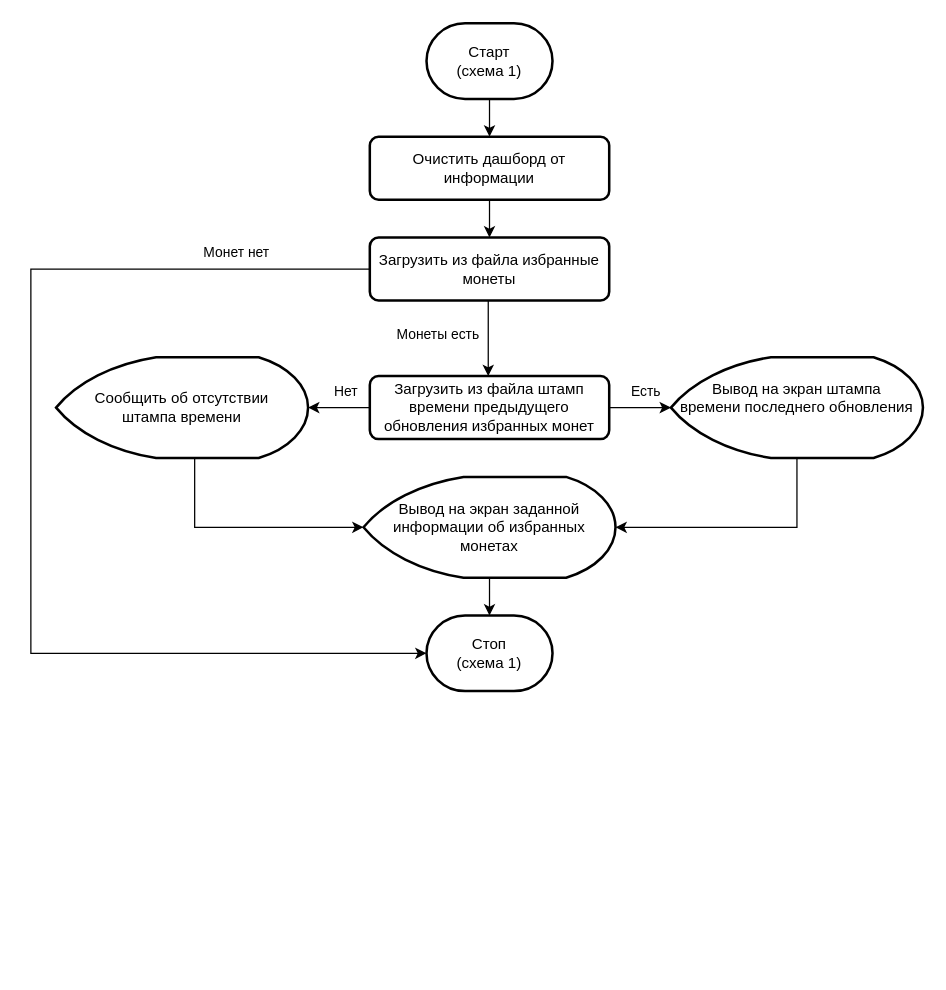
The draw.io diagram Алгоритмы/crypto_dashboard.drawio in Alexandr-Pidkasisty/Diplom_work, before the edit. Source tidied: cells renumbered, new cells numbered last; positions are measured from the earlier drawing's top-left corner, leaving out a move shared by most shapes. Both pictures are drawn from the tidied source at 126%, with x=0, y=0 at pixel (30, 23).
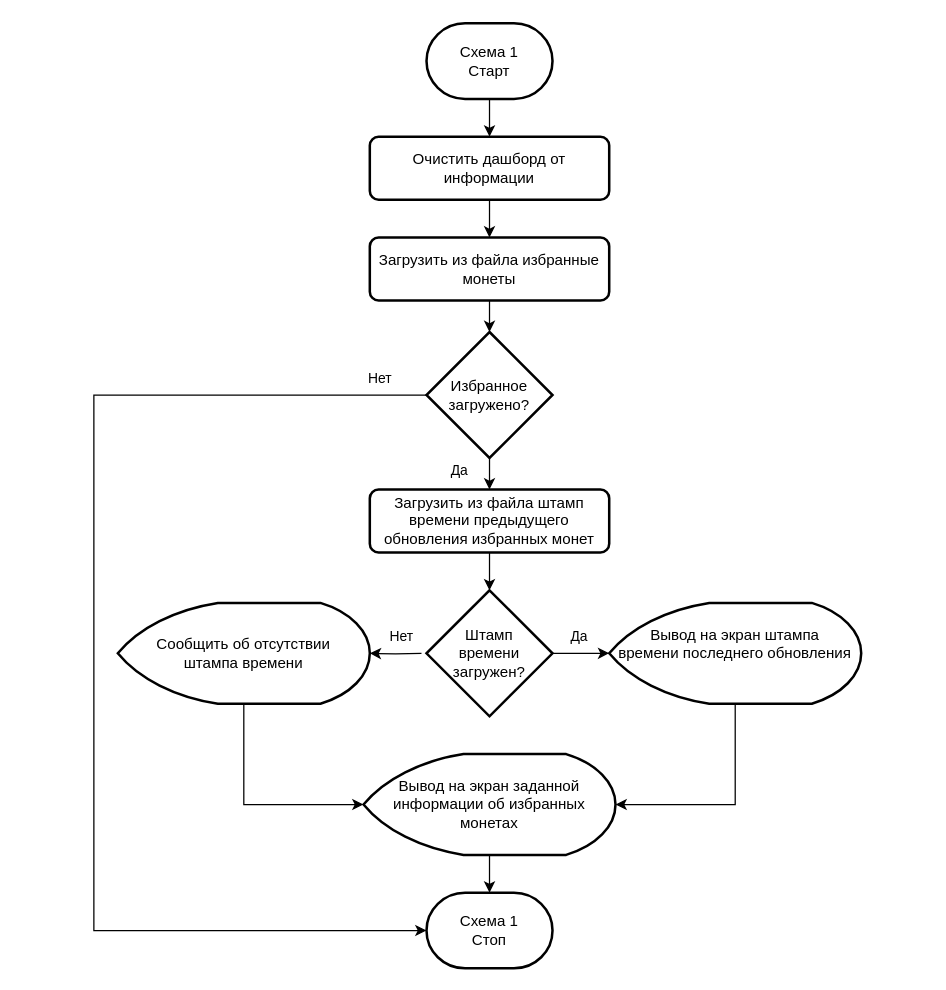
After the change.

Commit message (it also covers changes not shown here):
Новые диаграммы

Unchanged cells that the change refers to:
```xml
<mxCell id="8" value="Загрузить из файла избранные монеты" style="rounded=1;whiteSpace=wrap;html=1;absoluteArcSize=1;arcSize=14;strokeWidth=2;" parent="1" vertex="1">
  <mxGeometry x="269" y="170" width="190" height="50" as="geometry" />
</mxCell>
```

What changed in the source:
```diff
@@
-    <mxCell id="3" value="Старт&lt;div&gt;(схема 1)&lt;/div&gt;" style="strokeWidth=2;html=1;shape=mxgraph.flowchart.terminator;whiteSpace=wrap;" parent="1" vertex="1">
+    <mxCell id="3" value="Схема 1&lt;div&gt;Старт&lt;/div&gt;" style="strokeWidth=2;html=1;shape=mxgraph.flowchart.terminator;whiteSpace=wrap;" parent="1" vertex="1">
       <mxGeometry x="314" width="100" height="60" as="geometry" />
     </mxCell>
@@
-    <mxCell id="6" style="edgeStyle=orthogonalEdgeStyle;rounded=0;orthogonalLoop=1;jettySize=auto;html=1;entryX=0.5;entryY=0;entryDx=0;entryDy=0;defaultLabelBackgroundColor=page;" parent="1" edge="1">
-      <mxGeometry relative="1" as="geometry">
-        <mxPoint x="363" y="220" as="sourcePoint" />
-        <mxPoint x="363" y="280" as="targetPoint" />
-      </mxGeometry>
+    <mxCell id="6" style="edgeStyle=orthogonalEdgeStyle;rounded=0;jettySize=auto;html=1;entryX=0.5;entryY=0;entryDx=0;entryDy=0;defaultLabelBackgroundColor=page;exitX=0.5;exitY=1;exitDx=0;exitDy=0;exitPerimeter=0;" parent="1" edge="1" source="25" target="14">
+      <mxGeometry x="-0.05" relative="1" as="geometry" />
     </mxCell>
-    <mxCell id="7" value="Монеты есть" style="edgeLabel;html=1;align=center;verticalAlign=middle;inheritText=1;defaultLabelBackgroundColor=page;" parent="6" vertex="1">
+    <mxCell id="7" value="Да" style="edgeLabel;html=1;align=center;verticalAlign=middle;inheritText=1;defaultLabelBackgroundColor=page;" parent="6" vertex="1">
       <mxGeometry x="-0.13" y="-1" relative="1" as="geometry">
-        <mxPoint x="-40" as="offset" />
+        <mxPoint x="-24" y="-2" as="offset" />
       </mxGeometry>
     </mxCell>
+    <mxCell id="23" style="edgeStyle=orthogonalEdgeStyle;rounded=0;jettySize=auto;html=1;defaultLabelBackgroundColor=page;" parent="1" edge="1" source="8" target="25">
+      <mxGeometry relative="1" as="geometry" />
+    </mxCell>
@@
-    <mxCell id="9" value="Стоп&lt;div&gt;(схема 1)&lt;/div&gt;" style="strokeWidth=2;html=1;shape=mxgraph.flowchart.terminator;whiteSpace=wrap;" parent="1" vertex="1">
-      <mxGeometry x="314" y="470" width="100" height="60" as="geometry" />
+    <mxCell id="9" value="Схема 1&lt;div&gt;Стоп&lt;/div&gt;" style="strokeWidth=2;html=1;shape=mxgraph.flowchart.terminator;whiteSpace=wrap;" parent="1" vertex="1">
+      <mxGeometry x="314" y="690" width="100" height="60" as="geometry" />
     </mxCell>
-    <mxCell id="10" style="edgeStyle=orthogonalEdgeStyle;rounded=0;jettySize=auto;html=1;entryX=0;entryY=0.5;entryDx=0;entryDy=0;entryPerimeter=0;defaultLabelBackgroundColor=page;" parent="1" edge="1" source="8" target="9">
-      <mxGeometry x="0.26" relative="1" as="geometry">
+    <mxCell id="10" style="edgeStyle=orthogonalEdgeStyle;rounded=0;jettySize=auto;html=1;entryX=0;entryY=0.5;entryDx=0;entryDy=0;entryPerimeter=0;defaultLabelBackgroundColor=page;exitX=0;exitY=0.5;exitDx=0;exitDy=0;exitPerimeter=0;" parent="1" edge="1" source="25" target="9">
+      <mxGeometry x="0.21" relative="1" as="geometry">
         <Array as="points">
-          <mxPoint y="195" />
-          <mxPoint y="500" />
+          <mxPoint x="50" y="295" />
+          <mxPoint x="50" y="720" />
         </Array>
       </mxGeometry>
     </mxCell>
-    <mxCell id="11" value="Монет нет" style="edgeLabel;html=1;align=center;verticalAlign=middle;inheritText=1;defaultLabelBackgroundColor=page;" parent="10" vertex="1">
-      <mxGeometry x="-0.76" y="1" relative="1" as="geometry">
+    <mxCell id="11" value="Нет" style="edgeLabel;html=1;align=center;verticalAlign=middle;inheritText=1;defaultLabelBackgroundColor=page;" parent="10" vertex="1">
+      <mxGeometry x="-0.92" y="1" relative="1" as="geometry">
         <mxPoint y="-15" as="offset" />
       </mxGeometry>
     </mxCell>
-    <mxCell id="12" style="edgeStyle=orthogonalEdgeStyle;rounded=0;jettySize=auto;html=1;entryX=0;entryY=0.5;entryDx=0;entryDy=0;defaultLabelBackgroundColor=page;entryPerimeter=0;" parent="1" edge="1" source="14" target="20">
-      <mxGeometry relative="1" as="geometry" />
-    </mxCell>
-    <mxCell id="13" value="Есть" style="edgeLabel;html=1;align=center;verticalAlign=middle;inheritText=1;defaultLabelBackgroundColor=page;" parent="12" vertex="1">
-      <mxGeometry x="0.15" relative="1" as="geometry">
-        <mxPoint y="-14" as="offset" />
-      </mxGeometry>
-    </mxCell>
+    <mxCell id="24" style="edgeStyle=orthogonalEdgeStyle;rounded=0;jettySize=auto;html=1;defaultLabelBackgroundColor=page;" parent="1" edge="1" source="14" target="26">
+      <mxGeometry relative="1" as="geometry" />
+    </mxCell>
     <mxCell id="14" value="Загрузить из файла штамп времени предыдущего обновления избранных монет" style="rounded=1;whiteSpace=wrap;html=1;absoluteArcSize=1;arcSize=14;strokeWidth=2;" parent="1" vertex="1">
-      <mxGeometry x="269" y="280" width="190" height="50" as="geometry" />
+      <mxGeometry x="269" y="370" width="190" height="50" as="geometry" />
     </mxCell>
@@
-    <mxCell id="17" style="edgeStyle=orthogonalEdgeStyle;rounded=0;jettySize=auto;html=1;entryX=1;entryY=0.5;entryDx=0;entryDy=0;entryPerimeter=0;defaultLabelBackgroundColor=page;" parent="1" edge="1" source="14" target="21">
-      <mxGeometry relative="1" as="geometry" />
+    <mxCell id="17" style="edgeStyle=orthogonalEdgeStyle;rounded=0;jettySize=auto;html=1;entryX=1;entryY=0.5;entryDx=0;entryDy=0;entryPerimeter=0;defaultLabelBackgroundColor=page;" parent="1" edge="1" target="21">
+      <mxGeometry relative="1" as="geometry">
+        <mxPoint x="310" y="500" as="sourcePoint" />
+      </mxGeometry>
     </mxCell>
@@
     <mxCell id="19" value="Вывод на экран заданной информации об избранных&lt;div&gt;монетах&lt;/div&gt;" style="strokeWidth=2;html=1;shape=mxgraph.flowchart.display;whiteSpace=wrap;" parent="1" vertex="1">
-      <mxGeometry x="264" y="360" width="200" height="80" as="geometry" />
+      <mxGeometry x="264" y="580" width="200" height="80" as="geometry" />
     </mxCell>
     <mxCell id="20" value="Вывод на экран штампа&lt;div&gt;&lt;span style=&quot;background-color: transparent;&quot;&gt;времени последнего &lt;/span&gt;&lt;span style=&quot;background-color: transparent;&quot;&gt;обновления&lt;/span&gt;&lt;/div&gt;&lt;div&gt;&lt;span style=&quot;background-color: transparent;&quot;&gt;&lt;br&gt;&lt;/span&gt;&lt;/div&gt;" style="strokeWidth=2;html=1;shape=mxgraph.flowchart.display;whiteSpace=wrap;" parent="1" vertex="1">
-      <mxGeometry x="508" y="265" width="200" height="80" as="geometry" />
+      <mxGeometry x="459" y="460" width="200" height="80" as="geometry" />
     </mxCell>
     <mxCell id="21" value="&lt;div&gt;Сообщить об отсутствии&lt;div&gt;штампа времени&lt;/div&gt;&lt;/div&gt;" style="strokeWidth=2;html=1;shape=mxgraph.flowchart.display;whiteSpace=wrap;" parent="1" vertex="1">
-      <mxGeometry x="20" y="265" width="200" height="80" as="geometry" />
+      <mxGeometry x="69" y="460" width="200" height="80" as="geometry" />
     </mxCell>
     <mxCell id="22" style="edgeStyle=orthogonalEdgeStyle;rounded=0;jettySize=auto;html=1;entryX=0;entryY=0.5;entryDx=0;entryDy=0;entryPerimeter=0;defaultLabelBackgroundColor=page;" parent="1" edge="1" source="21" target="19">
-      <mxGeometry relative="1" as="geometry">
-        <Array as="points">
-          <mxPoint x="130" y="400" />
-        </Array>
-      </mxGeometry>
+      <mxGeometry x="0.16" relative="1" as="geometry" />
     </mxCell>
+    <mxCell id="25" value="Избранное&lt;br&gt;&lt;div&gt;загружено?&lt;/div&gt;" style="strokeWidth=2;html=1;shape=mxgraph.flowchart.decision;whiteSpace=wrap;" parent="1" vertex="1">
+      <mxGeometry x="314" y="245" width="100" height="100" as="geometry" />
+    </mxCell>
+    <mxCell id="26" value="Штамп&lt;div&gt;времени&lt;br&gt;&lt;div&gt;загружен?&lt;/div&gt;&lt;/div&gt;" style="strokeWidth=2;html=1;shape=mxgraph.flowchart.decision;whiteSpace=wrap;" parent="1" vertex="1">
+      <mxGeometry x="314" y="450" width="100" height="100" as="geometry" />
+    </mxCell>
+    <mxCell id="27" style="edgeStyle=orthogonalEdgeStyle;rounded=0;jettySize=auto;html=1;entryX=0;entryY=0.5;entryDx=0;entryDy=0;entryPerimeter=0;defaultLabelBackgroundColor=page;" parent="1" edge="1" source="26" target="20">
+      <mxGeometry relative="1" as="geometry" />
+    </mxCell>
+    <mxCell id="28" value="Да" style="edgeLabel;html=1;align=center;verticalAlign=middle;inheritText=1;defaultLabelBackgroundColor=page;" parent="27" vertex="1">
+      <mxGeometry x="-0.11" y="-1" relative="1" as="geometry">
+        <mxPoint y="-15" as="offset" />
+      </mxGeometry>
+    </mxCell>
```
